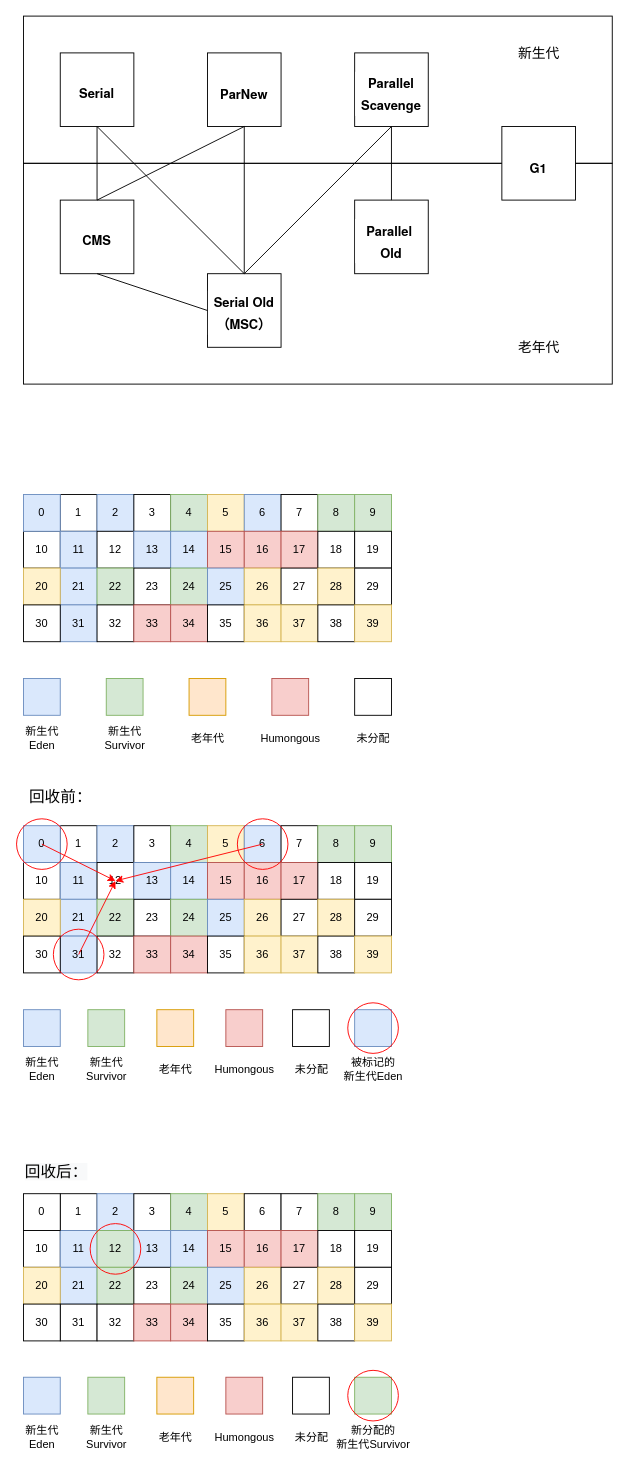
This is 垃圾回收器/垃圾回收器.drawio from zero-97/picture-of-the-article, a draw.io file, before an edit. Source tidied: cells renumbered, new cells numbered last; positions are measured from the earlier drawing's top-left corner, leaving out a move shared by most shapes. Both pictures are drawn from the tidied source at 92%, with x=0, y=0 at pixel (16, 16).
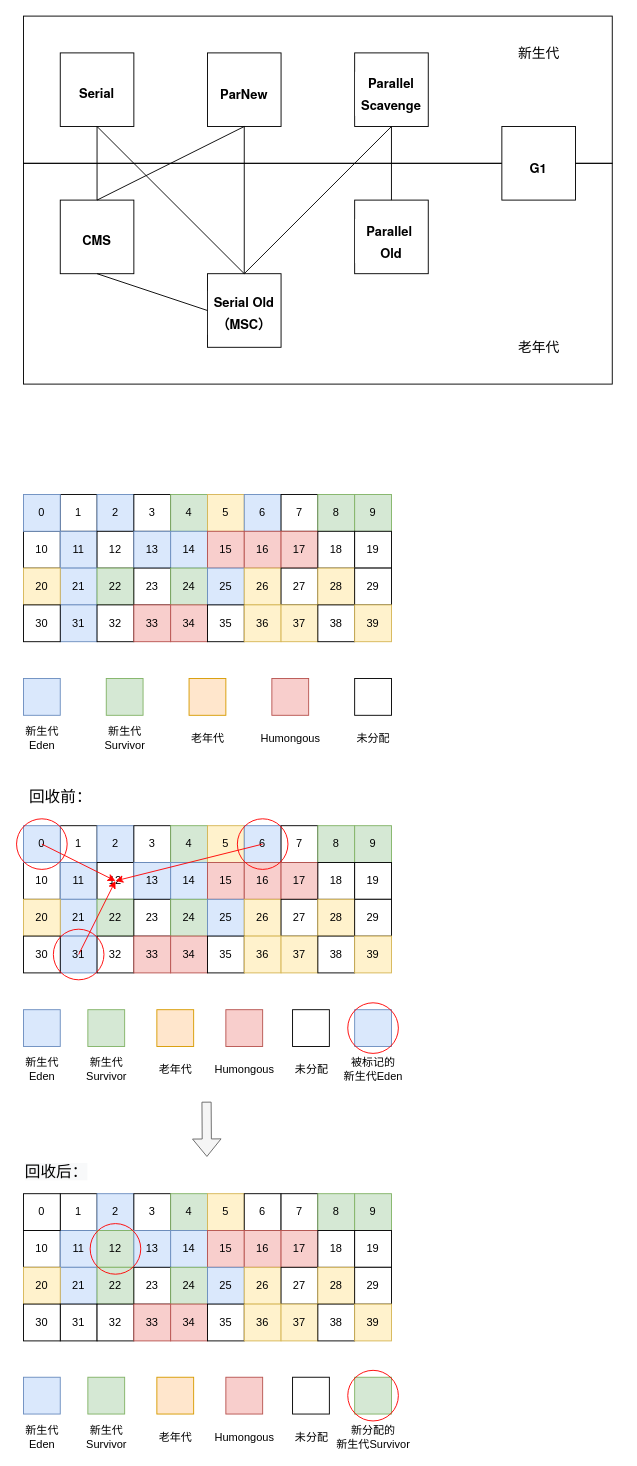
The same diagram, later.

Commit message (it also covers changes not shown here):
Update 垃圾回收器.drawio

Change to the diagram source:
```diff
@@
+    <mxCell id="187" style="shape=flexArrow;endArrow=classic;html=1;rounded=0;fontSize=17;strokeColor=#666666;fillColor=#f5f5f5;" parent="1" edge="1">
+      <mxGeometry relative="1" as="geometry">
+        <mxPoint x="207" y="1180" as="sourcePoint" />
+        <mxPoint x="207.4" y="1240" as="targetPoint" />
+      </mxGeometry>
+    </mxCell>
```
